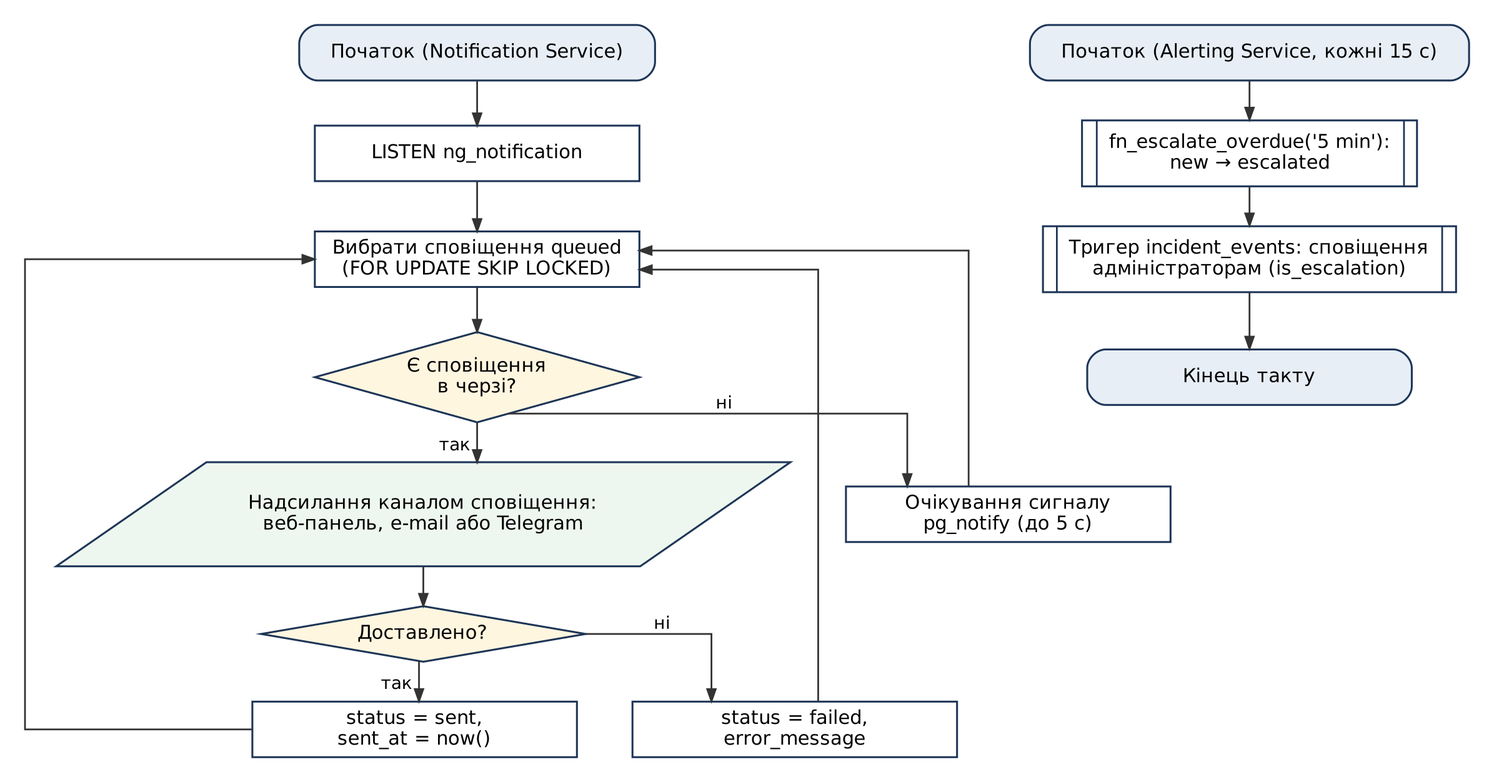
The Graphviz diagram docs/diagrams/flow_04_notify.png in KrutoiPatsan13/laba1, before a commit. Its source is kept beside it as docs/diagrams/src/flow_04_notify.dot. Its diagram source:
```dot
digraph flow_04_notify {
  graph [rankdir=TB, splines=ortho, nodesep=0.45, ranksep=0.32, fontname="DejaVu Sans", pad=0.2, forcelabels=true];
  node [fontname="DejaVu Sans", fontsize=11, width=2.6, height=0.45, color="#1d3557", penwidth=1.1];
  edge [fontname="DejaVu Sans", fontsize=10, color="#333333", arrowsize=0.7];
  n1 [shape=box, style="rounded,filled", fillcolor="#e8eef6", label=<Початок (Notification Service)>, margin="0.25,0.06"];
  n2 [shape=box, label=<LISTEN ng_notification>];
  n3 [shape=box, label=<Вибрати сповіщення queued<BR/>(FOR UPDATE SKIP LOCKED)>];
  n4 [shape=diamond, style=filled, fillcolor="#fff6e0", label=<Є сповіщення<BR/>в черзі?>, margin="0.02,0.02"];
  n5 [shape=parallelogram, style=filled, fillcolor="#eef7ef", label=<Надсилання каналом сповіщення:<BR/>веб-панель, e-mail або Telegram>, margin="0.02,0.04"];
  n6 [shape=diamond, style=filled, fillcolor="#fff6e0", label=<Доставлено?>, margin="0.02,0.02"];
  n7 [shape=box, label=<status = sent,<BR/>sent_at = now()>];
  n8 [shape=box, label=<status = failed,<BR/>error_message>];
  n9 [shape=box, label=<Очікування сигналу<BR/>pg_notify (до 5 с)>];
  n1 -> n2;
  n2 -> n3;
  n3 -> n4;
  n5 -> n6;
  n4 -> n5 [xlabel=" так "];
  n4 -> n9 [xlabel=" ні "];
  n6 -> n7 [xlabel=" так "];
  n6 -> n8 [xlabel=" ні "];
  n7 -> n3 [constraint=false];
  n8 -> n3 [constraint=false];
  n9 -> n3 [constraint=false];
  { rank=same; n7; n8; }
  n10 [shape=box, style="rounded,filled", fillcolor="#e8eef6", label=<Початок (Alerting Service, кожні 15 с)>, margin="0.25,0.06"];
  n11 [shape=box, margin=0, label=<<TABLE BORDER="0" CELLBORDER="0" CELLSPACING="0" CELLPADDING="0"><TR><TD WIDTH="8" BORDER="1" SIDES="R"></TD><TD CELLPADDING="7">fn_escalate_overdue('5 min'):<BR/>new → escalated</TD><TD WIDTH="8" BORDER="1" SIDES="L"></TD></TR></TABLE>>];
  n12 [shape=box, margin=0, label=<<TABLE BORDER="0" CELLBORDER="0" CELLSPACING="0" CELLPADDING="0"><TR><TD WIDTH="8" BORDER="1" SIDES="R"></TD><TD CELLPADDING="7">Тригер incident_events: сповіщення<BR/>адміністраторам (is_escalation)</TD><TD WIDTH="8" BORDER="1" SIDES="L"></TD></TR></TABLE>>];
  n13 [shape=box, style="rounded,filled", fillcolor="#e8eef6", label=<Кінець такту>, margin="0.25,0.06"];
  n10 -> n11;
  n11 -> n12;
  n12 -> n13;
  { rank=same; n1; n10; }
}
```
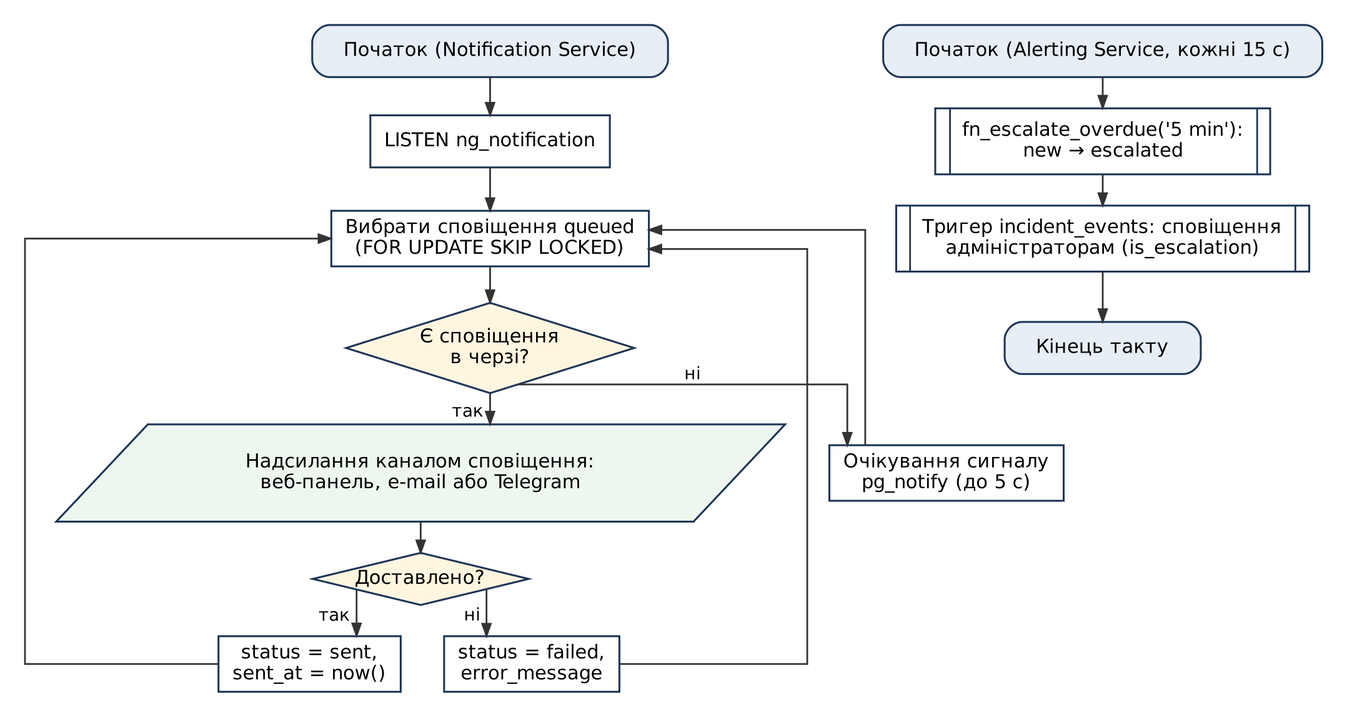
Later version of the same file.

The edit, as a diff of the source:
```diff
@@ -1,12 +1,12 @@
 digraph flow_04_notify {
-  graph [rankdir=TB, splines=ortho, nodesep=0.45, ranksep=0.32, fontname="DejaVu Sans", pad=0.2, forcelabels=true];
-  node [fontname="DejaVu Sans", fontsize=11, width=2.6, height=0.45, color="#1d3557", penwidth=1.1];
+  graph [rankdir=TB, splines=ortho, nodesep=0.35, ranksep=0.25, fontname="DejaVu Sans", pad=0.2, forcelabels=true];
+  node [fontname="DejaVu Sans", fontsize=11, width=1.3, height=0.42, color="#1d3557", penwidth=1.1];
   edge [fontname="DejaVu Sans", fontsize=10, color="#333333", arrowsize=0.7];
   n1 [shape=box, style="rounded,filled", fillcolor="#e8eef6", label=<Початок (Notification Service)>, margin="0.25,0.06"];
   n2 [shape=box, label=<LISTEN ng_notification>];
   n3 [shape=box, label=<Вибрати сповіщення queued<BR/>(FOR UPDATE SKIP LOCKED)>];
   n4 [shape=diamond, style=filled, fillcolor="#fff6e0", label=<Є сповіщення<BR/>в черзі?>, margin="0.02,0.02"];
-  n5 [shape=parallelogram, style=filled, fillcolor="#eef7ef", label=<Надсилання каналом сповіщення:<BR/>веб-панель, e-mail або Telegram>, margin="0.02,0.04"];
+  n5 [shape=polygon, sides=4, skew=0.3, style=filled, fillcolor="#eef7ef", label=<Надсилання каналом сповіщення:<BR/>веб-панель, e-mail або Telegram>, margin="0.06,0.03"];
   n6 [shape=diamond, style=filled, fillcolor="#fff6e0", label=<Доставлено?>, margin="0.02,0.02"];
   n7 [shape=box, label=<status = sent,<BR/>sent_at = now()>];
   n8 [shape=box, label=<status = failed,<BR/>error_message>];
```
